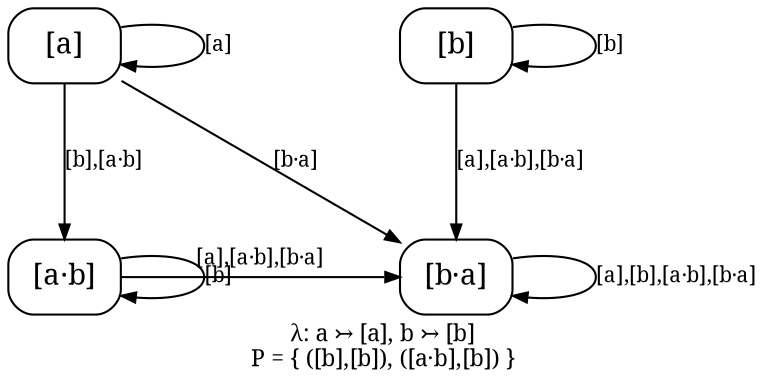
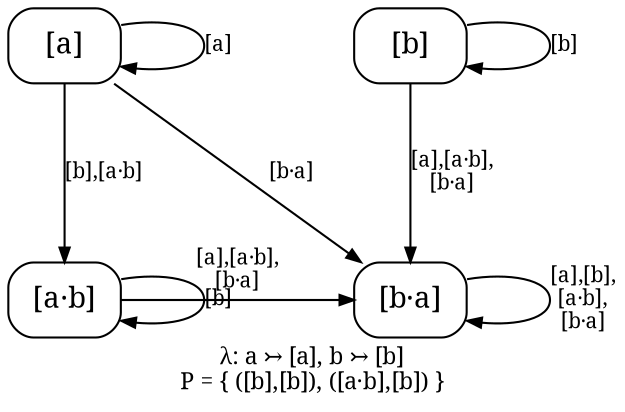
// sos2cayley astar_bomega.sos --rename a=a,!a=b
digraph core_F0_astar_bomega_b {
  rankdir=TB;
  ranksep=0.87; nodesep=0.55;
  node [shape=box, style=rounded, fontname="serif", margin="0.06,0.03"];
  edge [fontname="serif", fontsize=10, arrowsize=0.7];
  label="λ: a ↣ [a], b ↣ [b]\nP = { ([b],[b]), ([a·b],[b]) }";
  labelloc="b"; labeljust="c"; fontname="serif"; fontsize=11;

  a [label="[a]"];
  b [label="[b]"];
  ab [label="[a·b]"];
  ba [label="[b·a]"];

  { rank=same; a b; }
  { rank=same; ab ba; }

  a -> a [label="[a]", weight=1];
  a -> ab [label="[b],[a·b]", weight=3];
  a -> ba [label="[b·a]", weight=1];
-   b -> ba [label="[a],[a·b],[b·a]", weight=3];
+   b -> ba [label="[a],[a·b],\n[b·a]", weight=3];
  b -> b [label="[b]", weight=1];
-   ab -> ba [label="[a],[a·b],[b·a]", weight=1];
+   ab -> ba [label="[a],[a·b],\n[b·a]", weight=1];
  ab -> ab [label="[b]", weight=1];
-   ba -> ba [label="[a],[b],[a·b],[b·a]", weight=1];
+   ba -> ba [label="[a],[b],\n[a·b],\n[b·a]", weight=1];
}
